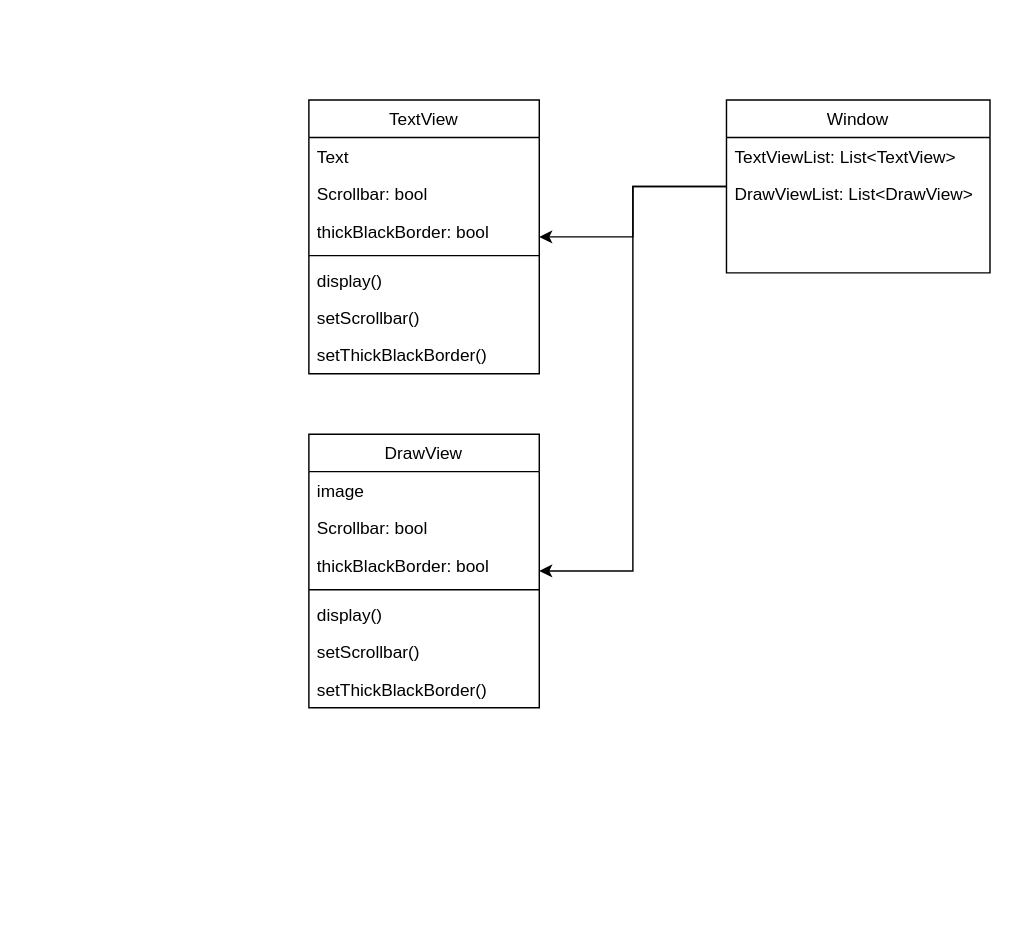
Above: 0506_HW1.drawio in Janette-Hua/111-1-Software-Engineering-Design (draw.io), before the change. Source tidied: cells renumbered, new cells numbered last; positions are measured from the earlier drawing's top-left corner, leaving out a move shared by most shapes. Both pictures are drawn from the tidied source at 144%, with x=0, y=0 at pixel (308, 99).
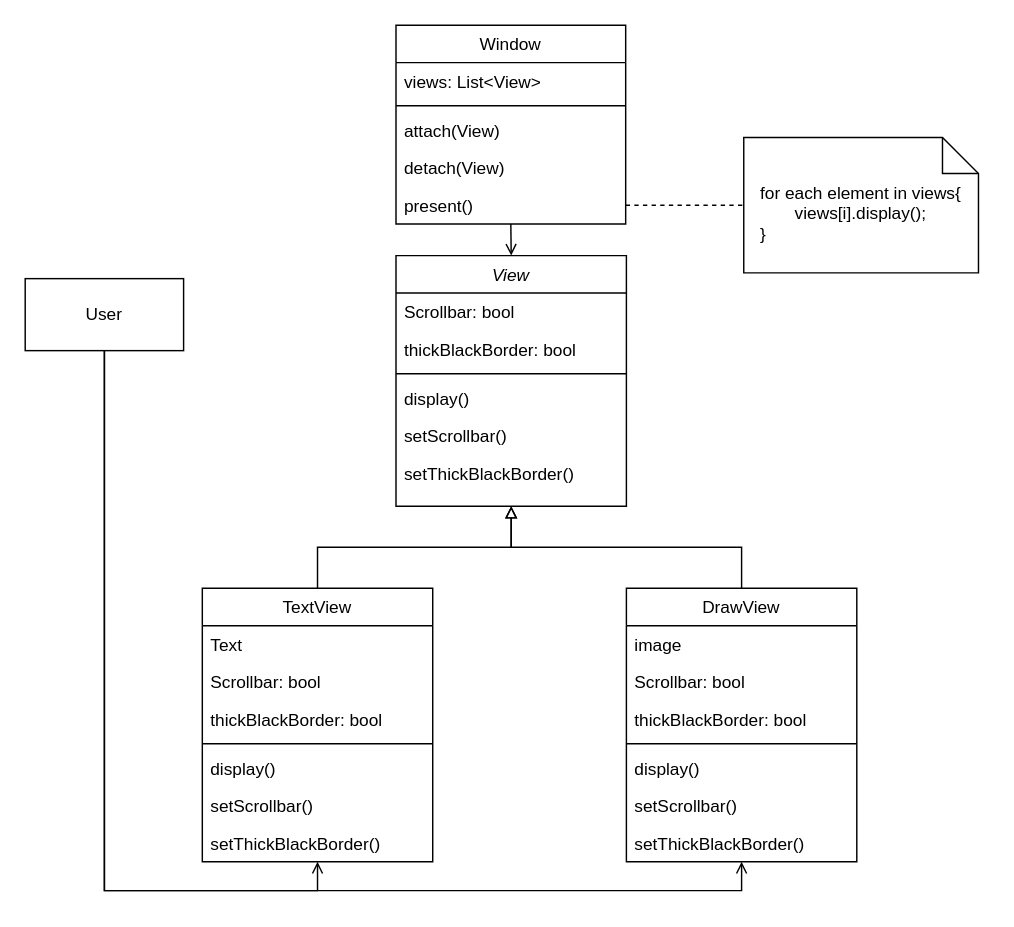
The same page after the edit.

The edit, as a diff of the source:
```diff
@@
+    <mxCell id="23" style="edgeStyle=orthogonalEdgeStyle;rounded=0;jettySize=auto;html=1;exitX=0.5;exitY=0;exitDx=0;exitDy=0;entryX=0.5;entryY=1;entryDx=0;entryDy=0;endArrow=block;endFill=0;" parent="1" edge="1" source="2" target="30">
+      <mxGeometry relative="1" as="geometry" />
+    </mxCell>
     <mxCell id="2" value="TextView" style="swimlane;fontStyle=0;align=center;verticalAlign=top;horizontal=1;startSize=26;rounded=0;shadow=0;strokeWidth=1;" parent="1" vertex="1">
-      <mxGeometry width="160" height="190" as="geometry" />
+      <mxGeometry x="-74" y="339" width="160" height="190" as="geometry" />
     </mxCell>
@@
-    <mxCell id="10" style="edgeStyle=orthogonalEdgeStyle;rounded=0;jettySize=auto;html=1;exitX=0;exitY=0.5;exitDx=0;exitDy=0;" parent="1" edge="1" source="12" target="2">
-      <mxGeometry relative="1" as="geometry" />
-    </mxCell>
-    <mxCell id="11" style="edgeStyle=orthogonalEdgeStyle;rounded=0;jettySize=auto;html=1;exitX=0;exitY=0.5;exitDx=0;exitDy=0;entryX=1;entryY=0.5;entryDx=0;entryDy=0;" parent="1" edge="1" source="12" target="15">
-      <mxGeometry relative="1" as="geometry" />
-    </mxCell>
+    <mxCell id="24" style="edgeStyle=orthogonalEdgeStyle;rounded=0;jettySize=auto;html=1;exitX=0.5;exitY=1;exitDx=0;exitDy=0;entryX=0.5;entryY=0;entryDx=0;entryDy=0;endArrow=open;endFill=0;" parent="1" edge="1" source="12" target="30">
+      <mxGeometry relative="1" as="geometry" />
+    </mxCell>
     <mxCell id="12" value="Window" style="swimlane;fontStyle=0;align=center;verticalAlign=top;horizontal=1;startSize=26;rounded=0;shadow=0;strokeWidth=1;" parent="1" vertex="1">
-      <mxGeometry x="290" width="183" height="120" as="geometry" />
+      <mxGeometry x="60.5" y="-52" width="159.5" height="138" as="geometry" />
     </mxCell>
-    <mxCell id="13" value="TextViewList: List&lt;TextView&gt;" style="text;align=left;verticalAlign=top;spacingLeft=4;spacingRight=4;overflow=hidden;" parent="12" vertex="1">
-      <mxGeometry y="26" width="183" height="26" as="geometry" />
+    <mxCell id="13" value="views: List&lt;View&gt;" style="text;align=left;verticalAlign=top;spacingLeft=4;spacingRight=4;overflow=hidden;" parent="12" vertex="1">
+      <mxGeometry y="26" width="159.5" height="26" as="geometry" />
     </mxCell>
-    <mxCell id="14" value="DrawViewList: List&lt;DrawView&gt;" style="text;align=left;verticalAlign=top;spacingLeft=4;spacingRight=4;overflow=hidden;" parent="12" vertex="1">
-      <mxGeometry y="52" width="183" height="26" as="geometry" />
-    </mxCell>
+    <mxCell id="25" style="line;html=1;strokeWidth=1;align=left;verticalAlign=middle;spacingTop=-1;spacingLeft=3;spacingRight=3;labelPosition=right;" parent="12" vertex="1">
+      <mxGeometry y="52" width="159.5" height="8" as="geometry" />
+    </mxCell>
+    <mxCell id="26" value="attach(View)" style="text;align=left;verticalAlign=top;spacingLeft=4;spacingRight=4;overflow=hidden;" parent="12" vertex="1">
+      <mxGeometry y="60" width="159.5" height="26" as="geometry" />
+    </mxCell>
+    <mxCell id="27" value="detach(View)" style="text;align=left;verticalAlign=top;spacingLeft=4;spacingRight=4;overflow=hidden;" parent="12" vertex="1">
+      <mxGeometry y="86" width="159.5" height="26" as="geometry" />
+    </mxCell>
+    <mxCell id="28" value="present()" style="text;align=left;verticalAlign=top;spacingLeft=4;spacingRight=4;overflow=hidden;points=[[0,0.5],[1,0.5]];portConstraint=eastwest;" parent="12" vertex="1">
+      <mxGeometry y="112" width="159.5" height="26" as="geometry" />
+    </mxCell>
+    <mxCell id="29" style="edgeStyle=orthogonalEdgeStyle;rounded=0;jettySize=auto;html=1;exitX=0.5;exitY=0;exitDx=0;exitDy=0;entryX=0.5;entryY=1;entryDx=0;entryDy=0;endArrow=block;endFill=0;" parent="1" edge="1" source="15" target="30">
+      <mxGeometry relative="1" as="geometry" />
+    </mxCell>
     <mxCell id="15" value="DrawView" style="swimlane;fontStyle=0;align=center;verticalAlign=top;horizontal=1;startSize=26;rounded=0;shadow=0;strokeWidth=1;" parent="1" vertex="1">
-      <mxGeometry y="232" width="160" height="190" as="geometry" />
+      <mxGeometry x="220.5" y="339" width="160" height="190" as="geometry" />
     </mxCell>
@@
+    <mxCell id="30" value="View" style="swimlane;fontStyle=2;align=center;verticalAlign=top;horizontal=1;startSize=26;rounded=0;shadow=0;strokeWidth=1;" parent="1" vertex="1">
+      <mxGeometry x="60.5" y="108" width="160" height="174" as="geometry" />
+    </mxCell>
+    <mxCell id="31" value="Scrollbar: bool" style="text;align=left;verticalAlign=top;spacingLeft=4;spacingRight=4;overflow=hidden;" parent="30" vertex="1">
+      <mxGeometry y="26" width="160" height="26" as="geometry" />
+    </mxCell>
+    <mxCell id="32" value="thickBlackBorder: bool" style="text;align=left;verticalAlign=top;spacingLeft=4;spacingRight=4;overflow=hidden;" parent="30" vertex="1">
+      <mxGeometry y="52" width="160" height="26" as="geometry" />
+    </mxCell>
+    <mxCell id="33" style="line;html=1;strokeWidth=1;align=left;verticalAlign=middle;spacingTop=-1;spacingLeft=3;spacingRight=3;labelPosition=right;" parent="30" vertex="1">
+      <mxGeometry y="78" width="160" height="8" as="geometry" />
+    </mxCell>
+    <mxCell id="34" value="display()" style="text;align=left;verticalAlign=top;spacingLeft=4;spacingRight=4;overflow=hidden;" parent="30" vertex="1">
+      <mxGeometry y="86" width="160" height="26" as="geometry" />
+    </mxCell>
+    <mxCell id="35" value="setScrollbar()" style="text;align=left;verticalAlign=top;spacingLeft=4;spacingRight=4;overflow=hidden;" parent="30" vertex="1">
+      <mxGeometry y="112" width="160" height="26" as="geometry" />
+    </mxCell>
+    <mxCell id="36" value="setThickBlackBorder()" style="text;align=left;verticalAlign=top;spacingLeft=4;spacingRight=4;overflow=hidden;" parent="30" vertex="1">
+      <mxGeometry y="138" width="160" height="26" as="geometry" />
+    </mxCell>
+    <mxCell id="37" style="edgeStyle=orthogonalEdgeStyle;rounded=0;jettySize=auto;html=1;exitX=0.5;exitY=1;exitDx=0;exitDy=0;entryX=0.5;entryY=1;entryDx=0;entryDy=0;endArrow=open;endFill=0;" parent="1" edge="1" source="39" target="2">
+      <mxGeometry relative="1" as="geometry" />
+    </mxCell>
+    <mxCell id="38" style="edgeStyle=orthogonalEdgeStyle;rounded=0;jettySize=auto;html=1;exitX=0.5;exitY=1;exitDx=0;exitDy=0;entryX=0.5;entryY=1;entryDx=0;entryDy=0;endArrow=open;endFill=0;" parent="1" edge="1" source="39" target="15">
+      <mxGeometry relative="1" as="geometry" />
+    </mxCell>
+    <mxCell id="39" value="User" style="html=1;whiteSpace=wrap;" parent="1" vertex="1">
+      <mxGeometry x="-197" y="124" width="110" height="50" as="geometry" />
+    </mxCell>
+    <mxCell id="40" value="for each element in views{&lt;br&gt;views[i].display();&lt;br&gt;&lt;div style=&quot;text-align: left;&quot;&gt;&lt;span style=&quot;background-color: initial;&quot;&gt;}&lt;/span&gt;&lt;/div&gt;" style="shape=note2;boundedLbl=1;whiteSpace=wrap;html=1;size=25;verticalAlign=top;align=center;" parent="1" vertex="1">
+      <mxGeometry x="302" y="26" width="163" height="94" as="geometry" />
+    </mxCell>
+    <mxCell id="41" style="edgeStyle=orthogonalEdgeStyle;rounded=0;jettySize=auto;html=1;exitX=1;exitY=0.5;exitDx=0;exitDy=0;entryX=0;entryY=0.5;entryDx=0;entryDy=0;entryPerimeter=0;endArrow=none;endFill=0;dashed=1;" parent="1" edge="1" source="28" target="40">
+      <mxGeometry relative="1" as="geometry" />
+    </mxCell>
```
